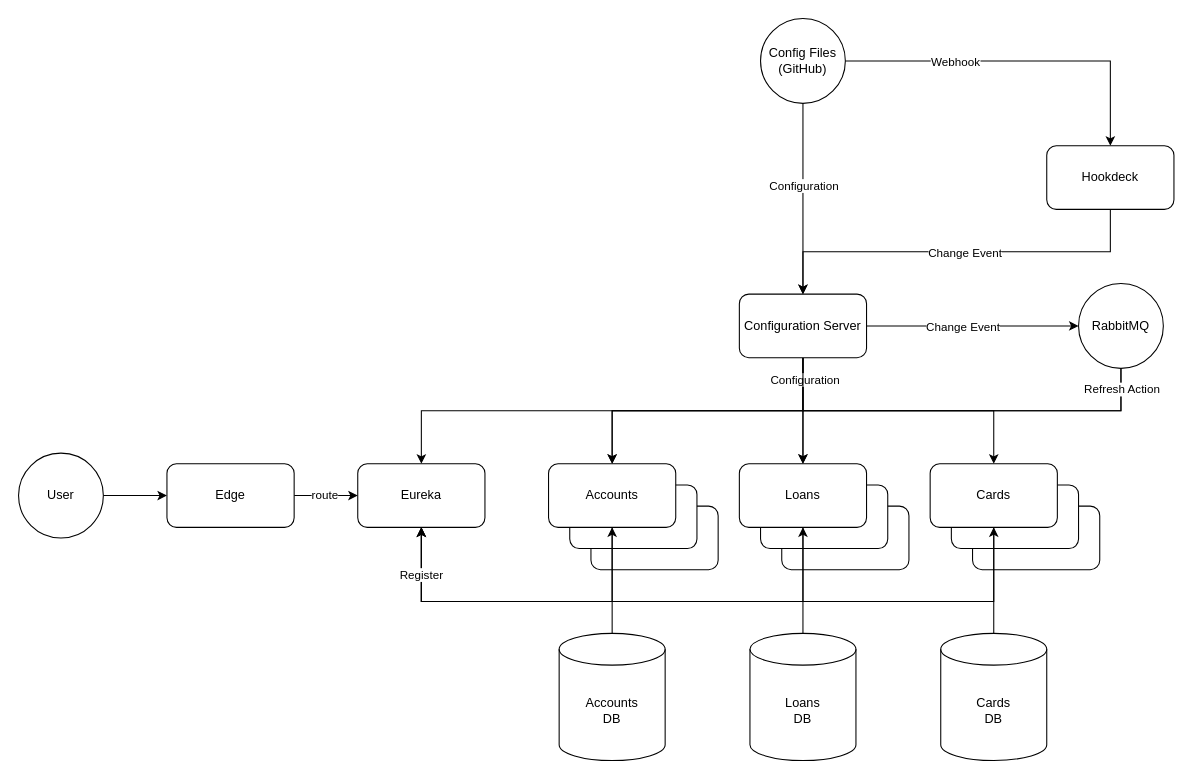
Before: spring-microservices/architecture.drawio in vkondrav/spring-boot, a draw.io diagram. Source tidied: cells renumbered, new cells numbered last; positions are measured from the earlier drawing's top-left corner, leaving out a move shared by most shapes. Both pictures are drawn from the tidied source at 106%, with x=0, y=0 at pixel (18, 18).
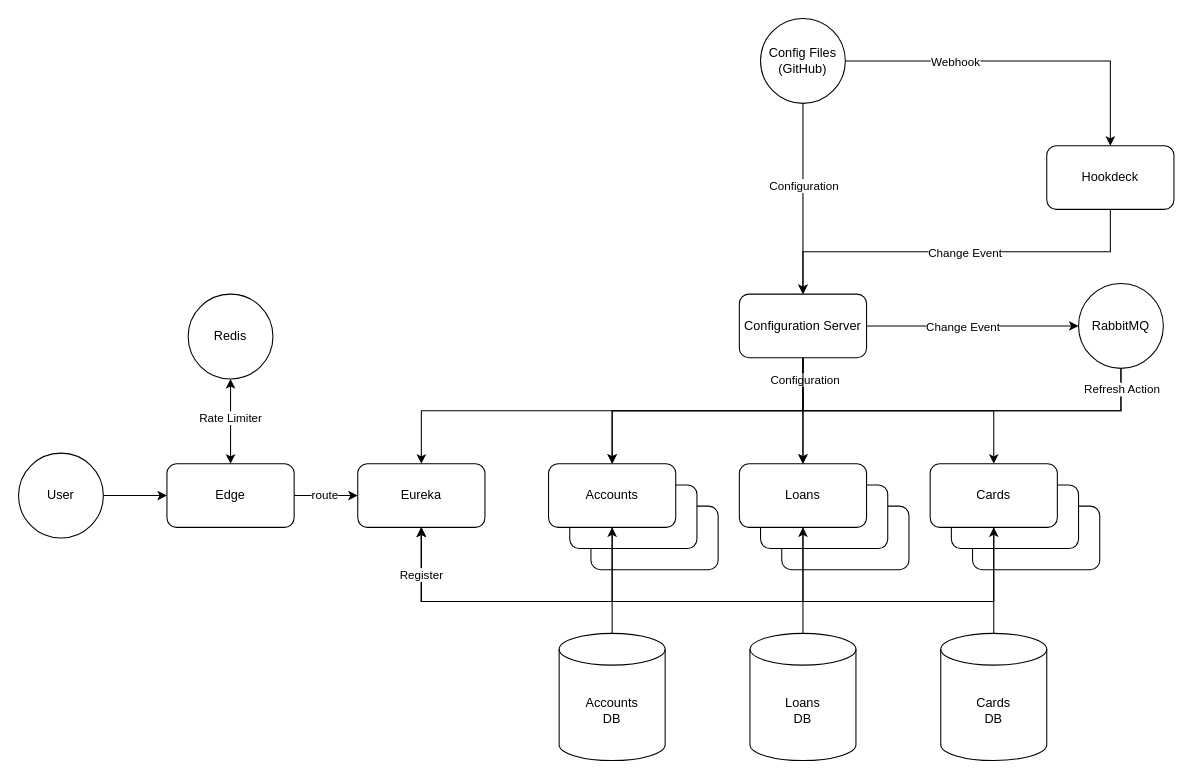
After the change.

Commit message (it also covers changes not shown here):
redis insight + small changes

Unchanged cells that the change refers to:
```xml
<mxCell id="44" value="Edge" style="rounded=1;whiteSpace=wrap;html=1;" parent="1" vertex="1">
  <mxGeometry x="140" y="420" width="120" height="60" as="geometry" />
</mxCell>
```

The edit, as a diff of the source:
```diff
@@
+    <mxCell id="47" style="edgeStyle=orthogonalEdgeStyle;rounded=0;jettySize=auto;html=1;exitX=0.5;exitY=1;exitDx=0;exitDy=0;entryX=0.5;entryY=0;entryDx=0;entryDy=0;startArrow=classic;startFill=1;" parent="1" edge="1" source="49" target="44">
+      <mxGeometry relative="1" as="geometry" />
+    </mxCell>
+    <mxCell id="48" value="Rate Limiter" style="edgeLabel;html=1;align=center;verticalAlign=middle;" parent="47" vertex="1">
+      <mxGeometry x="-0.1" y="-1" relative="1" as="geometry" />
+    </mxCell>
+    <mxCell id="49" value="Redis" style="ellipse;whiteSpace=wrap;html=1;" parent="1" vertex="1">
+      <mxGeometry x="160" y="260" width="80" height="80" as="geometry" />
+    </mxCell>
```
